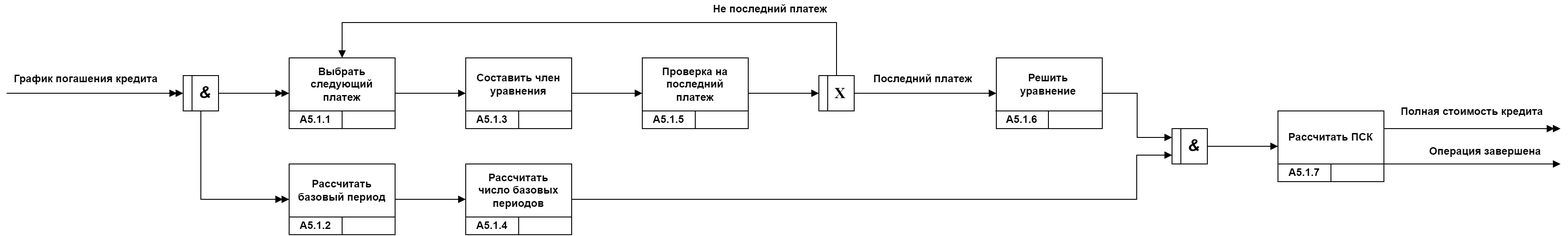
Before: ТП лаба 2.7.drawio.png, a diagram exported from draw.io (tanatolog/University). Source tidied: cells renumbered, new cells last; positions are measured from the earlier drawing's top-left corner, leaving out a move shared by most shapes.
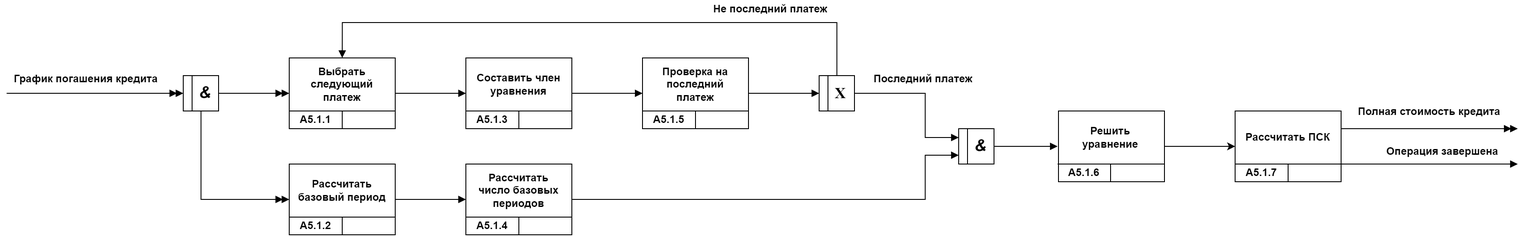
After the change.

Diff of the diagram source:
```diff
@@ -65,8 +65,8 @@
     <mxCell id="20" style="edgeStyle=orthogonalEdgeStyle;rounded=0;jettySize=auto;html=1;entryX=0;entryY=0.75;entryDx=0;entryDy=0;fontFamily=Helvetica;fontSize=19;startArrow=none;startFill=0;endArrow=block;endFill=1;" parent="1" edge="1" source="21" target="51">
       <mxGeometry relative="1" as="geometry">
         <Array as="points">
-          <mxPoint x="1280" y="225" />
-          <mxPoint x="1280" y="175" />
+          <mxPoint x="1040" y="225" />
+          <mxPoint x="1040" y="175" />
         </Array>
       </mxGeometry>
     </mxCell>
@@ -129,9 +129,6 @@
         </Array>
       </mxGeometry>
     </mxCell>
-    <mxCell id="39" style="edgeStyle=orthogonalEdgeStyle;rounded=0;jettySize=auto;html=1;entryX=0;entryY=0.5;entryDx=0;entryDy=0;fontFamily=Helvetica;fontSize=19;startArrow=none;startFill=0;endArrow=block;endFill=1;" parent="1" edge="1" source="40" target="44">
-      <mxGeometry relative="1" as="geometry" />
-    </mxCell>
     <mxCell id="40" value="&lt;font style=&quot;font-size: 17px;&quot; face=&quot;Times New Roman&quot;&gt;&amp;nbsp; &lt;b&gt;X&lt;/b&gt;&lt;/font&gt;" style="whiteSpace=wrap;html=1;fontFamily=Helvetica;fontSize=19;" parent="1" vertex="1">
       <mxGeometry x="920" y="85" width="40" height="40" as="geometry" />
     </mxCell>
@@ -141,14 +138,22 @@
     <mxCell id="42" value="Не последний платеж" style="text;html=1;strokeColor=none;fillColor=none;align=center;verticalAlign=middle;whiteSpace=wrap;rounded=0;fontStyle=1;" parent="1" vertex="1">
       <mxGeometry x="790" width="150" height="20" as="geometry" />
     </mxCell>
-    <mxCell id="43" style="edgeStyle=orthogonalEdgeStyle;rounded=0;jettySize=auto;html=1;entryX=0;entryY=0.25;entryDx=0;entryDy=0;fontFamily=Helvetica;fontSize=19;startArrow=none;startFill=0;endArrow=block;endFill=1;" parent="1" edge="1" source="44" target="51">
-      <mxGeometry relative="1" as="geometry" />
+    <mxCell id="43" style="edgeStyle=orthogonalEdgeStyle;rounded=0;jettySize=auto;html=1;entryX=0;entryY=0.25;entryDx=0;entryDy=0;fontFamily=Helvetica;fontSize=19;startArrow=none;startFill=0;endArrow=block;endFill=1;exitX=1;exitY=0.5;exitDx=0;exitDy=0;" parent="1" edge="1" source="40" target="51">
+      <mxGeometry relative="1" as="geometry">
+        <Array as="points">
+          <mxPoint x="1040" y="105" />
+          <mxPoint x="1040" y="155" />
+        </Array>
+      </mxGeometry>
     </mxCell>
+    <mxCell id="62" style="edgeStyle=orthogonalEdgeStyle;rounded=0;jettySize=auto;html=1;exitX=1;exitY=0.5;exitDx=0;exitDy=0;entryX=0;entryY=0.5;entryDx=0;entryDy=0;" parent="1" edge="1" source="44" target="55">
+      <mxGeometry relative="1" as="geometry" />
+    </mxCell>
     <mxCell id="44" style="rounded=0;whiteSpace=wrap;html=1;" parent="1" vertex="1">
-      <mxGeometry x="1121" y="65" width="120" height="80" as="geometry" />
+      <mxGeometry x="1191" y="125" width="120" height="80" as="geometry" />
     </mxCell>
     <mxCell id="45" value="А5.1.6" style="text;html=1;strokeColor=none;fillColor=none;align=center;verticalAlign=middle;whiteSpace=wrap;rounded=0;fontStyle=1;" parent="1" vertex="1">
-      <mxGeometry x="1120" y="125" width="60" height="20" as="geometry" />
+      <mxGeometry x="1190" y="185" width="60" height="20" as="geometry" />
     </mxCell>
     <mxCell id="46" style="endArrow=none;html=1;rounded=0;exitX=0;exitY=0;exitDx=0;exitDy=0;entryX=1;entryY=0.75;entryDx=0;entryDy=0;" parent="1" edge="1" source="45" target="44">
       <mxGeometry relative="1" as="geometry" />
@@ -157,35 +162,37 @@
       <mxGeometry relative="1" as="geometry" />
     </mxCell>
     <mxCell id="48" value="Решить уравнение" style="text;html=1;strokeColor=none;fillColor=none;align=center;verticalAlign=middle;whiteSpace=wrap;rounded=0;fontStyle=1;" parent="1" vertex="1">
-      <mxGeometry x="1128" y="73" width="104" height="43" as="geometry" />
+      <mxGeometry x="1198" y="133" width="104" height="43" as="geometry" />
     </mxCell>
     <mxCell id="49" value="Последний платеж" style="text;html=1;strokeColor=none;fillColor=none;align=center;verticalAlign=middle;whiteSpace=wrap;rounded=0;fontStyle=1;" parent="1" vertex="1">
       <mxGeometry x="978" y="79" width="120" height="20" as="geometry" />
     </mxCell>
-    <mxCell id="50" style="edgeStyle=orthogonalEdgeStyle;rounded=0;jettySize=auto;html=1;entryX=0;entryY=0.5;entryDx=0;entryDy=0;fontFamily=Helvetica;fontSize=19;startArrow=none;startFill=0;endArrow=block;endFill=1;" parent="1" edge="1" source="51" target="55">
-      <mxGeometry relative="1" as="geometry" />
+    <mxCell id="50" style="edgeStyle=orthogonalEdgeStyle;rounded=0;jettySize=auto;html=1;fontFamily=Helvetica;fontSize=19;startArrow=none;startFill=0;endArrow=block;endFill=1;" parent="1" edge="1" source="51">
+      <mxGeometry relative="1" as="geometry">
+        <mxPoint x="1190" y="165" as="targetPoint" />
+      </mxGeometry>
     </mxCell>
     <mxCell id="51" value="&lt;font style=&quot;font-size: 17px;&quot; face=&quot;Times New Roman&quot;&gt;&amp;nbsp;&lt;/font&gt;&lt;font style=&quot;font-size: 19px;&quot;&gt;&lt;i&gt; &lt;b style=&quot;&quot;&gt;&amp;amp;&lt;/b&gt;&lt;/i&gt;&lt;/font&gt;" style="whiteSpace=wrap;html=1;" parent="1" vertex="1">
-      <mxGeometry x="1320" y="145" width="40" height="40" as="geometry" />
+      <mxGeometry x="1078" y="145" width="40" height="40" as="geometry" />
     </mxCell>
     <mxCell id="52" style="endArrow=none;html=1;rounded=0;entryX=0.25;entryY=0;entryDx=0;entryDy=0;exitX=0.25;exitY=1;exitDx=0;exitDy=0;" parent="1" edge="1" source="51" target="51">
       <mxGeometry relative="1" as="geometry" />
     </mxCell>
     <mxCell id="53" style="edgeStyle=orthogonalEdgeStyle;rounded=0;jettySize=auto;html=1;exitX=1;exitY=0.75;exitDx=0;exitDy=0;fontFamily=Helvetica;fontSize=19;startArrow=none;startFill=0;endArrow=block;endFill=1;" parent="1" edge="1" source="55">
       <mxGeometry relative="1" as="geometry">
-        <mxPoint x="1760" y="185" as="targetPoint" />
+        <mxPoint x="1711" y="185" as="targetPoint" />
       </mxGeometry>
     </mxCell>
     <mxCell id="54" style="edgeStyle=orthogonalEdgeStyle;rounded=0;jettySize=auto;html=1;exitX=1;exitY=0.25;exitDx=0;exitDy=0;fontFamily=Helvetica;fontSize=19;startArrow=none;startFill=0;endArrow=doubleBlock;endFill=1;" parent="1" edge="1" source="55">
       <mxGeometry relative="1" as="geometry">
-        <mxPoint x="1760" y="145" as="targetPoint" />
+        <mxPoint x="1711" y="145" as="targetPoint" />
       </mxGeometry>
     </mxCell>
     <mxCell id="55" style="rounded=0;whiteSpace=wrap;html=1;" parent="1" vertex="1">
-      <mxGeometry x="1440" y="125" width="120" height="80" as="geometry" />
+      <mxGeometry x="1391" y="125" width="120" height="80" as="geometry" />
     </mxCell>
     <mxCell id="56" value="А5.1.7" style="text;html=1;strokeColor=none;fillColor=none;align=center;verticalAlign=middle;whiteSpace=wrap;rounded=0;fontStyle=1;" parent="1" vertex="1">
-      <mxGeometry x="1440" y="185" width="60" height="20" as="geometry" />
+      <mxGeometry x="1391" y="185" width="60" height="20" as="geometry" />
     </mxCell>
     <mxCell id="57" style="endArrow=none;html=1;rounded=0;exitX=0;exitY=0;exitDx=0;exitDy=0;entryX=1;entryY=0.75;entryDx=0;entryDy=0;" parent="1" edge="1" source="56" target="55">
       <mxGeometry relative="1" as="geometry" />
@@ -194,13 +201,13 @@
       <mxGeometry relative="1" as="geometry" />
     </mxCell>
     <mxCell id="59" value="Рассчитать ПСК" style="text;html=1;strokeColor=none;fillColor=none;align=center;verticalAlign=middle;whiteSpace=wrap;rounded=0;fontStyle=1;" parent="1" vertex="1">
-      <mxGeometry x="1448" y="133" width="104" height="43" as="geometry" />
+      <mxGeometry x="1399" y="133" width="104" height="43" as="geometry" />
     </mxCell>
     <mxCell id="60" value="Полная стоимость кредита" style="text;html=1;strokeColor=none;fillColor=none;align=center;verticalAlign=middle;whiteSpace=wrap;rounded=0;fontStyle=1;" parent="1" vertex="1">
-      <mxGeometry x="1570" y="116" width="180" height="20" as="geometry" />
+      <mxGeometry x="1521" y="116" width="180" height="20" as="geometry" />
     </mxCell>
     <mxCell id="61" value="Операция завершена" style="text;html=1;strokeColor=none;fillColor=none;align=center;verticalAlign=middle;whiteSpace=wrap;rounded=0;fontStyle=1;" parent="1" vertex="1">
-      <mxGeometry x="1590" y="161" width="170" height="20" as="geometry" />
+      <mxGeometry x="1541" y="161" width="170" height="20" as="geometry" />
     </mxCell>
   </root>
 </mxGraphModel>
```
